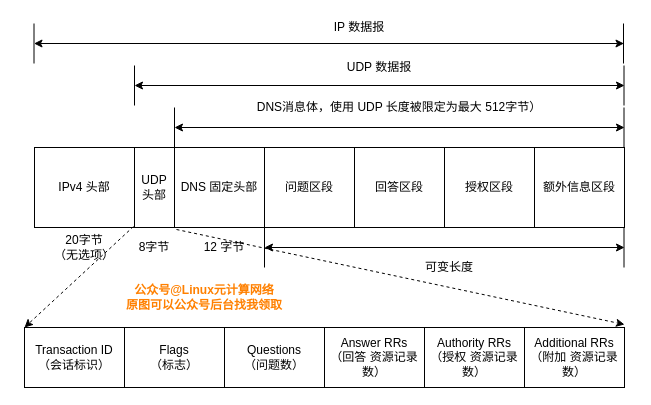
Above: dnsheader.drawio in ctimbai/draw.io (draw.io), before the change. Source tidied: cells renumbered, new cells numbered last; positions are measured from the earlier drawing's top-left corner, leaving out a move shared by most shapes. Both pictures are drawn from the tidied source at 100%, with x=0, y=0 at pixel (24, 17).
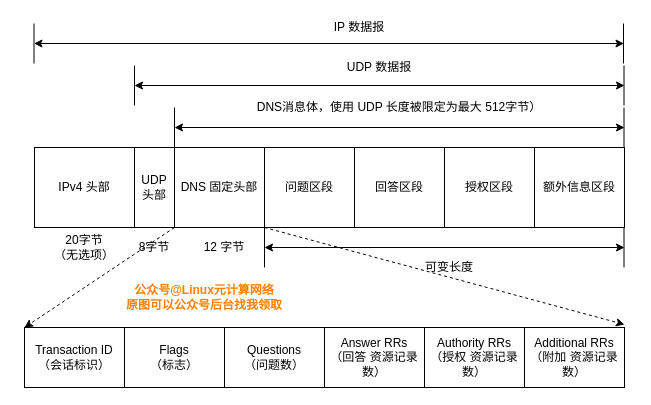
After the change.

Unchanged cells that the change refers to:
```xml
<mxCell id="3" value="UDP 头部" style="rounded=0;whiteSpace=wrap;html=1;" parent="1" vertex="1">
  <mxGeometry x="110" y="130" width="40" height="80" as="geometry" />
</mxCell>
<mxCell id="4" value="DNS 固定头部" style="rounded=0;whiteSpace=wrap;html=1;" parent="1" vertex="1">
  <mxGeometry x="150" y="130" width="90" height="80" as="geometry" />
</mxCell>
<mxCell id="29" value="Transaction ID&lt;br&gt;（会话标识）" style="rounded=0;whiteSpace=wrap;html=1;" parent="28" vertex="1">
  <mxGeometry width="100" height="60" as="geometry" />
</mxCell>
<mxCell id="34" value="Additional RRs&lt;br&gt;（附加 资源记录数）" style="rounded=0;whiteSpace=wrap;html=1;" parent="28" vertex="1">
  <mxGeometry x="500" width="100" height="60" as="geometry" />
</mxCell>
```

The edit, as a diff of the source:
```diff
@@
-    <mxCell id="35" style="endArrow=classic;html=1;exitX=-0.025;exitY=0.988;exitDx=0;exitDy=0;exitPerimeter=0;entryX=0;entryY=0;entryDx=0;entryDy=0;entryPerimeter=0;dashed=1;" parent="1" edge="1" source="3" target="29">
+    <mxCell id="35" style="endArrow=classic;html=1;exitX=1;exitY=1;exitDx=0;exitDy=0;entryX=0;entryY=0;entryDx=0;entryDy=0;entryPerimeter=0;dashed=1;" parent="1" edge="1" source="3" target="29">
       <mxGeometry relative="1" as="geometry" />
     </mxCell>
-    <mxCell id="36" style="endArrow=classic;html=1;exitX=0.022;exitY=1.025;exitDx=0;exitDy=0;exitPerimeter=0;entryX=1;entryY=-0.05;entryDx=0;entryDy=0;entryPerimeter=0;dashed=1;" parent="1" edge="1" source="4" target="34">
+    <mxCell id="36" style="endArrow=classic;html=1;exitX=1;exitY=1;exitDx=0;exitDy=0;entryX=1;entryY=-0.05;entryDx=0;entryDy=0;entryPerimeter=0;dashed=1;" parent="1" edge="1" source="4" target="34">
       <mxGeometry relative="1" as="geometry" />
     </mxCell>
```
